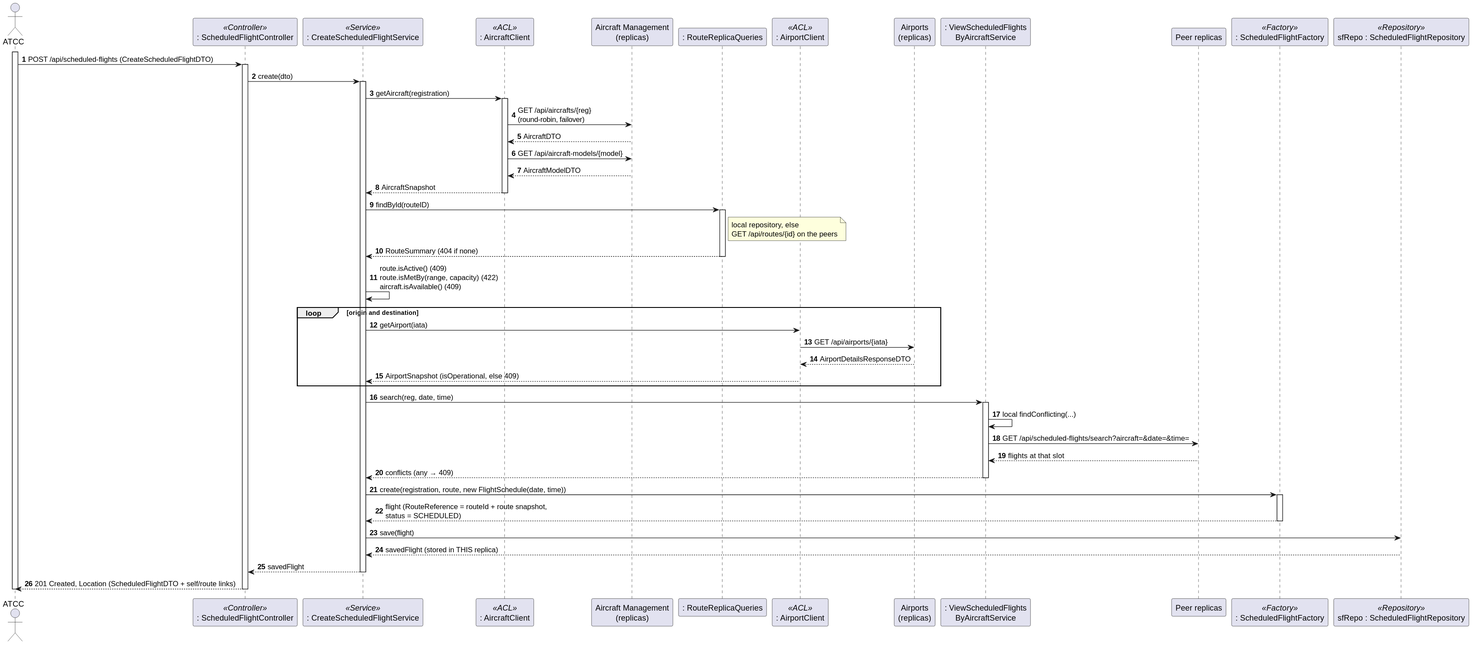
Before: docs/5-scenarios/flightroutes/svg/FlightRoutes-SD-CreateScheduledFlight.svg, a diagram exported from PlantUML (caetanotiago/Project_SIDIS). The source it was exported from:
```plantuml
@startuml
autonumber
actor "ATCC" as ATCC

participant ": ScheduledFlightController" as Ctrl <<Controller>>
participant ": CreateScheduledFlightService" as Service <<Service>>
participant ": AircraftClient" as AcClient <<ACL>>
participant "Aircraft Management\n(replicas)" as AM
participant ": RouteReplicaQueries" as Routes
participant ": AirportClient" as ApClient <<ACL>>
participant "Airports\n(replicas)" as AP
participant ": ViewScheduledFlights\nByAircraftService" as Flights
participant "Peer replicas" as Peers
participant ": ScheduledFlightFactory" as Factory <<Factory>>
participant "sfRepo : ScheduledFlightRepository" as SfRepo <<Repository>>

activate ATCC
ATCC -> Ctrl : POST /api/scheduled-flights (CreateScheduledFlightDTO)
activate Ctrl
Ctrl -> Service : create(dto)
activate Service

Service -> AcClient : getAircraft(registration)
activate AcClient
AcClient -> AM : GET /api/aircrafts/{reg}\n(round-robin, failover)
AM --> AcClient : AircraftDTO
AcClient -> AM : GET /api/aircraft-models/{model}
AM --> AcClient : AircraftModelDTO
AcClient --> Service : AircraftSnapshot
deactivate AcClient

Service -> Routes : findById(routeID)
activate Routes
note right of Routes : local repository, else\nGET /api/routes/{id} on the peers
Routes --> Service : RouteSummary (404 if none)
deactivate Routes

Service -> Service : route.isActive() (409)\nroute.isMetBy(range, capacity) (422)\naircraft.isAvailable() (409)

loop origin and destination
    Service -> ApClient : getAirport(iata)
    ApClient -> AP : GET /api/airports/{iata}
    AP --> ApClient : AirportDetailsResponseDTO
    ApClient --> Service : AirportSnapshot (isOperational, else 409)
end

Service -> Flights : search(reg, date, time)
activate Flights
Flights -> Flights : local findConflicting(...)
Flights -> Peers : GET /api/scheduled-flights/search?aircraft=&date=&time=
Peers --> Flights : flights at that slot
Flights --> Service : conflicts (any → 409)
deactivate Flights

Service -> Factory : create(registration, route, new FlightSchedule(date, time))
activate Factory
Factory --> Service : flight (RouteReference = routeId + route snapshot,\nstatus = SCHEDULED)
deactivate Factory

Service -> SfRepo : save(flight)
SfRepo --> Service : savedFlight (stored in THIS replica)
Service --> Ctrl : savedFlight
deactivate Service

Ctrl --> ATCC : 201 Created, Location (ScheduledFlightDTO + self/route links)
deactivate Ctrl
deactivate ATCC
@enduml
```
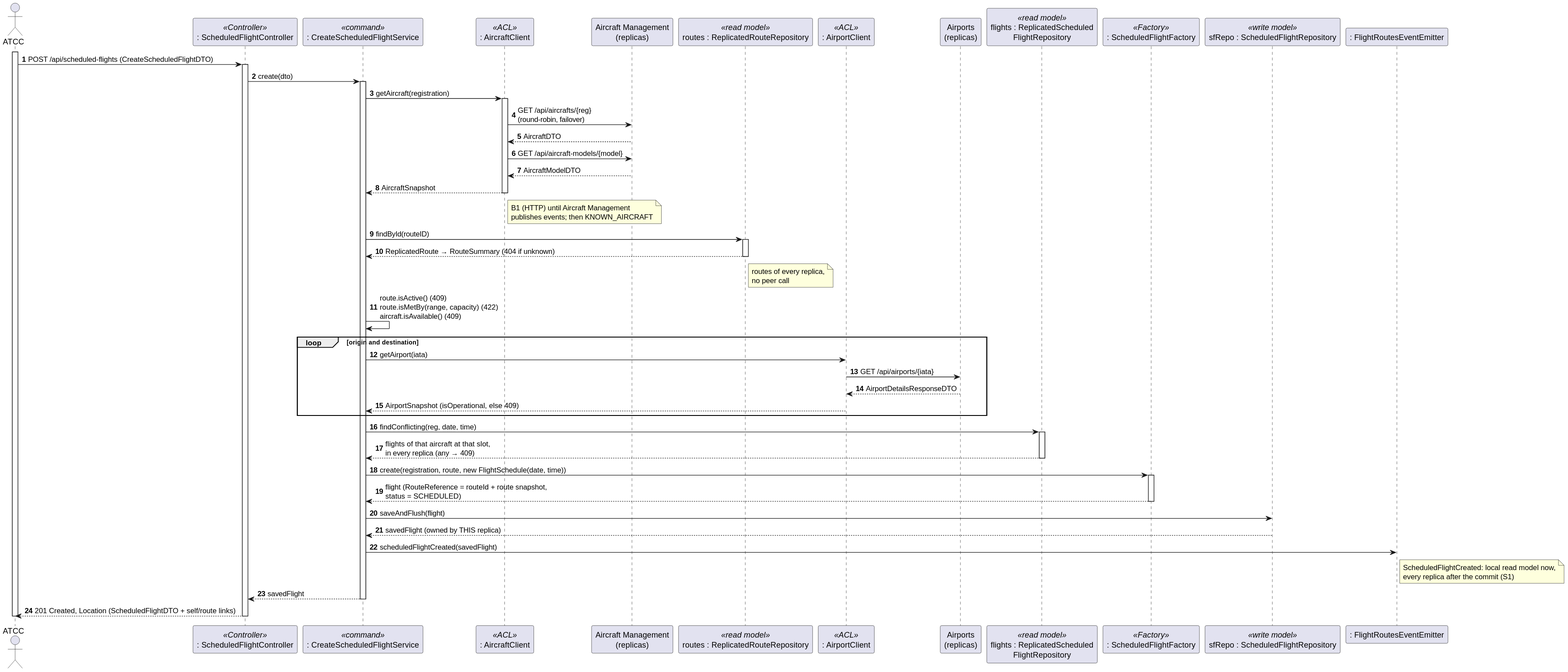
After the commit.

The edit, as a diff of the source:
```diff
@@ -3,16 +3,16 @@
 actor "ATCC" as ATCC
 
 participant ": ScheduledFlightController" as Ctrl <<Controller>>
-participant ": CreateScheduledFlightService" as Service <<Service>>
+participant ": CreateScheduledFlightService" as Service <<command>>
 participant ": AircraftClient" as AcClient <<ACL>>
 participant "Aircraft Management\n(replicas)" as AM
-participant ": RouteReplicaQueries" as Routes
+participant "routes : ReplicatedRouteRepository" as Routes <<read model>>
 participant ": AirportClient" as ApClient <<ACL>>
 participant "Airports\n(replicas)" as AP
-participant ": ViewScheduledFlights\nByAircraftService" as Flights
-participant "Peer replicas" as Peers
+participant "flights : ReplicatedScheduled\nFlightRepository" as Flights <<read model>>
 participant ": ScheduledFlightFactory" as Factory <<Factory>>
-participant "sfRepo : ScheduledFlightRepository" as SfRepo <<Repository>>
+participant "sfRepo : ScheduledFlightRepository" as SfRepo <<write model>>
+participant ": FlightRoutesEventEmitter" as Emitter
 
 activate ATCC
 ATCC -> Ctrl : POST /api/scheduled-flights (CreateScheduledFlightDTO)
@@ -28,12 +28,13 @@
 AM --> AcClient : AircraftModelDTO
 AcClient --> Service : AircraftSnapshot
 deactivate AcClient
+note right of AcClient : B1 (HTTP) until Aircraft Management\npublishes events; then KNOWN_AIRCRAFT
 
 Service -> Routes : findById(routeID)
 activate Routes
-note right of Routes : local repository, else\nGET /api/routes/{id} on the peers
-Routes --> Service : RouteSummary (404 if none)
+Routes --> Service : ReplicatedRoute → RouteSummary (404 if unknown)
 deactivate Routes
+note right of Routes : routes of every replica,\nno peer call
 
 Service -> Service : route.isActive() (409)\nroute.isMetBy(range, capacity) (422)\naircraft.isAvailable() (409)
 
@@ -44,12 +45,9 @@
     ApClient --> Service : AirportSnapshot (isOperational, else 409)
 end
 
-Service -> Flights : search(reg, date, time)
+Service -> Flights : findConflicting(reg, date, time)
 activate Flights
-Flights -> Flights : local findConflicting(...)
-Flights -> Peers : GET /api/scheduled-flights/search?aircraft=&date=&time=
-Peers --> Flights : flights at that slot
-Flights --> Service : conflicts (any → 409)
+Flights --> Service : flights of that aircraft at that slot,\nin every replica (any → 409)
 deactivate Flights
 
 Service -> Factory : create(registration, route, new FlightSchedule(date, time))
@@ -57,8 +55,10 @@
 Factory --> Service : flight (RouteReference = routeId + route snapshot,\nstatus = SCHEDULED)
 deactivate Factory
 
-Service -> SfRepo : save(flight)
-SfRepo --> Service : savedFlight (stored in THIS replica)
+Service -> SfRepo : saveAndFlush(flight)
+SfRepo --> Service : savedFlight (owned by THIS replica)
+Service -> Emitter : scheduledFlightCreated(savedFlight)
+note right of Emitter : ScheduledFlightCreated: local read model now,\nevery replica after the commit (S1)
 Service --> Ctrl : savedFlight
 deactivate Service
 
```
